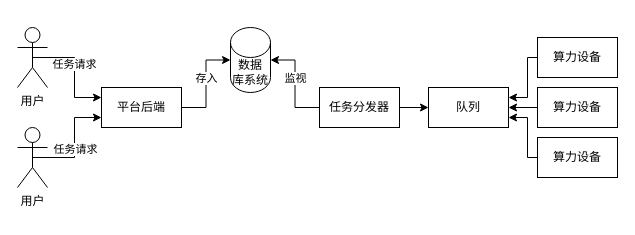
foreignbill/drawio keeps this draw.io diagram as page "distributor" (2 of 2) of launcher.drawio. Above is the earlier version. Source tidied: cells renumbered, new cells numbered last; positions are measured from the earlier drawing's top-left corner, leaving out a move shared by most shapes. Both pictures are drawn from the tidied source at 100%, with x=0, y=0 at pixel (17, 27).
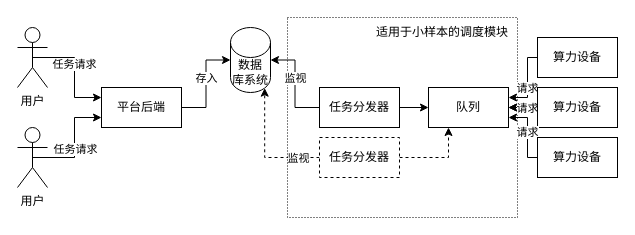
The same page after the edit.

The change refers to these unchanged cells:
```xml
<mxCell id="11" value="数据&lt;br&gt;库系统" style="shape=cylinder3;whiteSpace=wrap;html=1;boundedLbl=1;backgroundOutline=1;size=15;" parent="1" vertex="1">
  <mxGeometry x="213" width="40" height="65" as="geometry" />
</mxCell>
<mxCell id="16" value="队列" style="rounded=0;whiteSpace=wrap;html=1;" parent="1" vertex="1">
  <mxGeometry x="411" y="60" width="80" height="40" as="geometry" />
</mxCell>
<mxCell id="17" style="edgeStyle=orthogonalEdgeStyle;rounded=0;jettySize=auto;html=1;exitX=0;exitY=0.5;exitDx=0;exitDy=0;entryX=1;entryY=0.25;entryDx=0;entryDy=0;" parent="1" edge="1" source="18" target="16">
  <mxGeometry relative="1" as="geometry">
    <Array as="points">
      <mxPoint x="510" y="30" />
      <mxPoint x="510" y="70" />
    </Array>
  </mxGeometry>
</mxCell>
<mxCell id="20" value="算力设备" style="rounded=0;whiteSpace=wrap;html=1;" parent="1" vertex="1">
  <mxGeometry x="520" y="60" width="80" height="40" as="geometry" />
</mxCell>
<mxCell id="21" style="edgeStyle=orthogonalEdgeStyle;rounded=0;jettySize=auto;html=1;exitX=0;exitY=0.5;exitDx=0;exitDy=0;entryX=1;entryY=0.75;entryDx=0;entryDy=0;" parent="1" edge="1" source="22" target="16">
  <mxGeometry relative="1" as="geometry">
    <Array as="points">
      <mxPoint x="510" y="130" />
      <mxPoint x="510" y="90" />
    </Array>
  </mxGeometry>
</mxCell>
```

What changed in the source:
```diff
@@
+    <mxCell id="23" style="rounded=0;whiteSpace=wrap;html=1;dashed=1;dashPattern=1 2;" parent="1" vertex="1">
+      <mxGeometry x="270" y="-10" width="230" height="200" as="geometry" />
+    </mxCell>
@@
+    <mxCell id="24" value="请求" style="edgeLabel;html=1;align=center;verticalAlign=middle;" parent="17" vertex="1">
+      <mxGeometry x="0.16" y="-1" relative="1" as="geometry" />
+    </mxCell>
@@
+    <mxCell id="25" style="edgeStyle=orthogonalEdgeStyle;rounded=0;jettySize=auto;html=1;" parent="1" edge="1" source="20" target="16">
+      <mxGeometry relative="1" as="geometry" />
+    </mxCell>
+    <mxCell id="26" value="请求" style="edgeLabel;html=1;align=center;verticalAlign=middle;" parent="25" vertex="1">
+      <mxGeometry x="0.28" relative="1" as="geometry" />
+    </mxCell>
@@
+    <mxCell id="27" value="请求" style="edgeLabel;html=1;align=center;verticalAlign=middle;" parent="21" vertex="1">
+      <mxGeometry x="0.04" y="1" relative="1" as="geometry" />
+    </mxCell>
@@
+    <mxCell id="28" style="edgeStyle=orthogonalEdgeStyle;rounded=0;jettySize=auto;html=1;exitX=0;exitY=0.5;exitDx=0;exitDy=0;entryX=0.855;entryY=1;entryDx=0;entryDy=-4.35;entryPerimeter=0;dashed=1;" parent="1" edge="1" source="31" target="11">
+      <mxGeometry relative="1" as="geometry" />
+    </mxCell>
+    <mxCell id="29" value="监视" style="edgeLabel;html=1;align=center;verticalAlign=middle;" parent="28" vertex="1">
+      <mxGeometry x="-0.45" y="-3" relative="1" as="geometry">
+        <mxPoint x="12" y="3" as="offset" />
+      </mxGeometry>
+    </mxCell>
+    <mxCell id="30" style="edgeStyle=orthogonalEdgeStyle;rounded=0;jettySize=auto;html=1;exitX=1;exitY=0.5;exitDx=0;exitDy=0;entryX=0.25;entryY=1;entryDx=0;entryDy=0;dashed=1;" parent="1" edge="1" source="31" target="16">
+      <mxGeometry relative="1" as="geometry" />
+    </mxCell>
+    <mxCell id="31" value="任务分发器" style="rounded=0;whiteSpace=wrap;html=1;dashed=1;" parent="1" vertex="1">
+      <mxGeometry x="302" y="110" width="80" height="40" as="geometry" />
+    </mxCell>
+    <mxCell id="32" value="适用于小样本的调度模块" style="text;html=1;strokeColor=none;fillColor=none;align=center;verticalAlign=middle;whiteSpace=wrap;rounded=0;dashed=1;" parent="1" vertex="1">
+      <mxGeometry x="350" y="-10" width="150" height="30" as="geometry" />
+    </mxCell>
```
